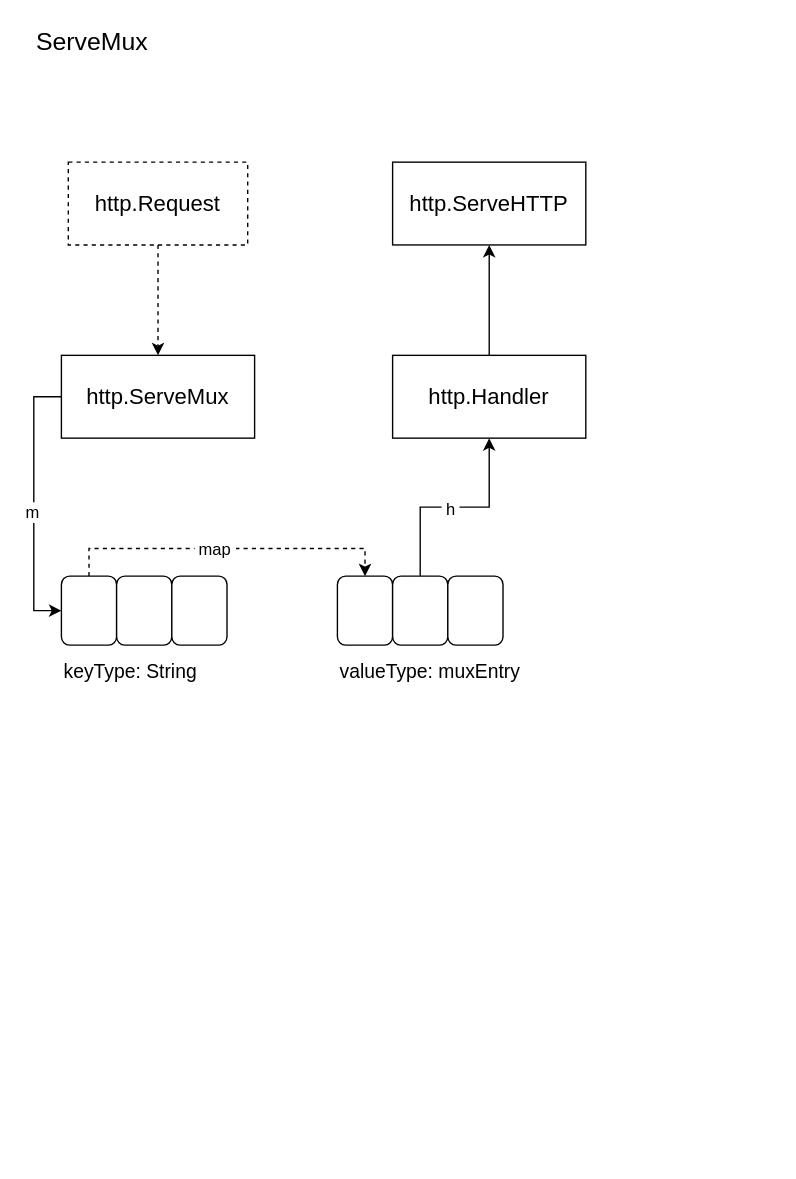
This is page "ServeMux" (5 of 5) of go-net.drawio from oiar/assets, a draw.io file, before an edit. Source tidied: cells renumbered, new cells numbered last; positions are measured from the earlier drawing's top-left corner, leaving out a move shared by most shapes. Both pictures are drawn from the tidied source at 138%, with x=0, y=0 at pixel (33, 23).
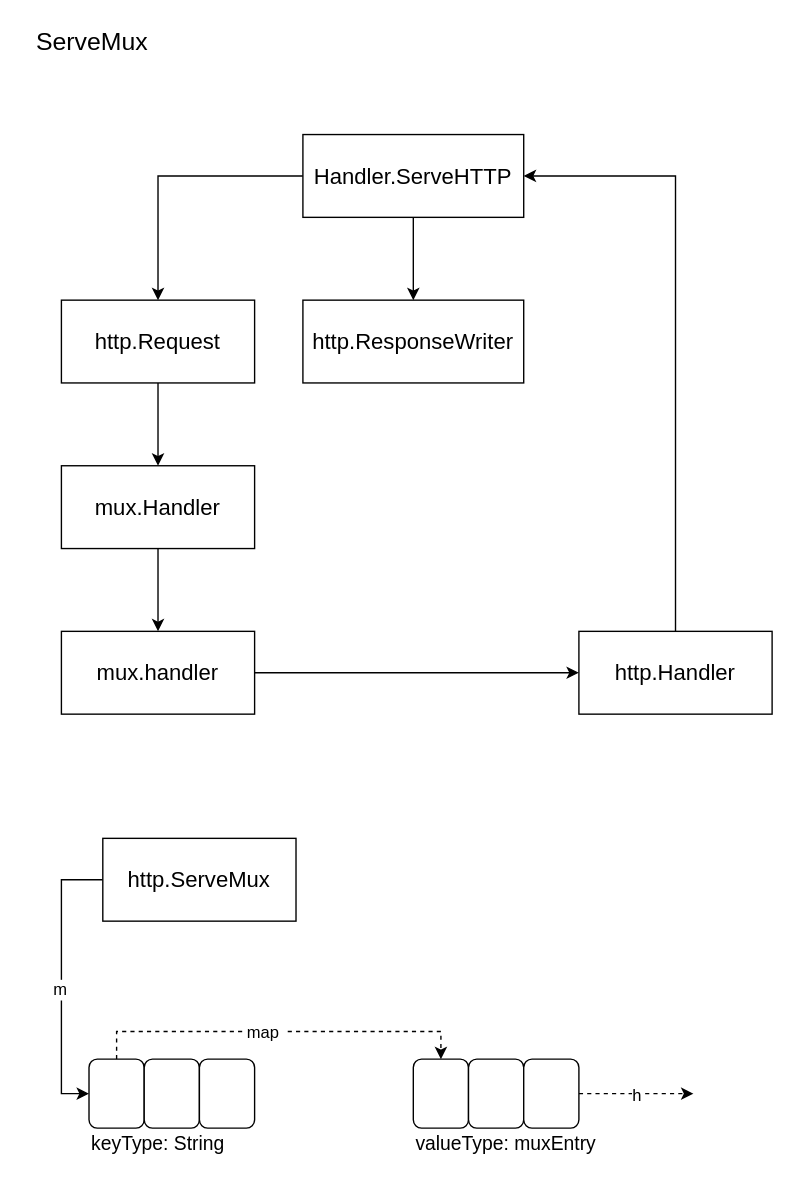
Above is the later version.

Diff of the diagram source:
```diff
@@
     <mxCell id="5" value="&lt;font style=&quot;font-size: 16px&quot;&gt;http.ServeMux&lt;/font&gt;" style="rounded=0;whiteSpace=wrap;html=1;" parent="1" vertex="1">
-      <mxGeometry x="20" y="240" width="140" height="60" as="geometry" />
+      <mxGeometry x="50" y="590" width="140" height="60" as="geometry" />
     </mxCell>
@@
     <mxCell id="8" style="rounded=1;whiteSpace=wrap;html=1;" parent="1" vertex="1">
-      <mxGeometry x="20" y="400" width="40" height="50" as="geometry" />
+      <mxGeometry x="40" y="750" width="40" height="50" as="geometry" />
     </mxCell>
     <mxCell id="9" style="rounded=1;whiteSpace=wrap;html=1;" parent="1" vertex="1">
-      <mxGeometry x="60" y="400" width="40" height="50" as="geometry" />
+      <mxGeometry x="80" y="750" width="40" height="50" as="geometry" />
     </mxCell>
     <mxCell id="10" style="rounded=1;whiteSpace=wrap;html=1;" parent="1" vertex="1">
-      <mxGeometry x="100" y="400" width="40" height="50" as="geometry" />
+      <mxGeometry x="120" y="750" width="40" height="50" as="geometry" />
     </mxCell>
     <mxCell id="11" value="&lt;font style=&quot;font-size: 14px&quot;&gt;keyType: String&lt;/font&gt;" style="text;html=1;align=left;verticalAlign=top;spacingTop=-4;" parent="1" vertex="1">
-      <mxGeometry x="20" y="458" width="110" height="20" as="geometry" />
+      <mxGeometry x="40" y="800" width="110" height="20" as="geometry" />
     </mxCell>
     <mxCell id="12" style="rounded=1;whiteSpace=wrap;html=1;" parent="1" vertex="1">
-      <mxGeometry x="220" y="400" width="40" height="50" as="geometry" />
+      <mxGeometry x="275" y="750" width="40" height="50" as="geometry" />
     </mxCell>
-    <mxCell id="13" style="edgeStyle=orthogonalEdgeStyle;rounded=0;jettySize=auto;html=1;exitX=0.5;exitY=0;exitDx=0;exitDy=0;entryX=0.5;entryY=1;entryDx=0;entryDy=0;" parent="1" edge="1" source="15" target="19">
-      <mxGeometry relative="1" as="geometry" />
-    </mxCell>
+    <mxCell id="15" style="rounded=1;whiteSpace=wrap;html=1;" parent="1" vertex="1">
+      <mxGeometry x="315" y="750" width="40" height="50" as="geometry" />
+    </mxCell>
+    <mxCell id="23" style="edgeStyle=orthogonalEdgeStyle;rounded=0;jettySize=auto;html=1;exitX=1;exitY=0.5;exitDx=0;exitDy=0;dashed=1;" parent="1" edge="1" source="16">
+      <mxGeometry relative="1" as="geometry">
+        <mxPoint x="478" y="775" as="targetPoint" />
+      </mxGeometry>
+    </mxCell>
-    <mxCell id="14" value="&amp;nbsp;h&amp;nbsp;" style="text;html=1;align=center;verticalAlign=middle;labelBackgroundColor=#ffffff;" parent="13" vertex="1">
-      <mxGeometry x="-0.05" y="-1" relative="1" as="geometry" />
+    <mxCell id="14" value="h" style="text;html=1;align=center;verticalAlign=middle;labelBackgroundColor=#ffffff;" parent="23" vertex="1">
+      <mxGeometry x="-0.02" y="-1" relative="1" as="geometry" />
     </mxCell>
-    <mxCell id="15" style="rounded=1;whiteSpace=wrap;html=1;" parent="1" vertex="1">
-      <mxGeometry x="260" y="400" width="40" height="50" as="geometry" />
-    </mxCell>
     <mxCell id="16" style="rounded=1;whiteSpace=wrap;html=1;" parent="1" vertex="1">
-      <mxGeometry x="300" y="400" width="40" height="50" as="geometry" />
+      <mxGeometry x="355" y="750" width="40" height="50" as="geometry" />
     </mxCell>
     <mxCell id="17" value="&lt;font style=&quot;font-size: 14px&quot;&gt;valueType: muxEntry&lt;/font&gt;" style="text;html=1;align=left;verticalAlign=top;spacingTop=-4;" parent="1" vertex="1">
-      <mxGeometry x="220" y="458" width="150" height="20" as="geometry" />
+      <mxGeometry x="275" y="800" width="150" height="20" as="geometry" />
     </mxCell>
-    <mxCell id="18" style="edgeStyle=orthogonalEdgeStyle;rounded=0;jettySize=auto;html=1;exitX=0.5;exitY=0;exitDx=0;exitDy=0;entryX=0.5;entryY=1;entryDx=0;entryDy=0;" parent="1" edge="1" source="19" target="22">
+    <mxCell id="18" style="edgeStyle=orthogonalEdgeStyle;rounded=0;jettySize=auto;html=1;exitX=0.5;exitY=0;exitDx=0;exitDy=0;entryX=1;entryY=0.5;entryDx=0;entryDy=0;" parent="1" edge="1" source="19" target="22">
       <mxGeometry relative="1" as="geometry" />
     </mxCell>
     <mxCell id="19" value="&lt;font style=&quot;font-size: 16px&quot;&gt;http.Handler&lt;/font&gt;" style="rounded=0;whiteSpace=wrap;html=1;" parent="1" vertex="1">
-      <mxGeometry x="260" y="240" width="140" height="60" as="geometry" />
+      <mxGeometry x="395" y="440" width="140" height="60" as="geometry" />
     </mxCell>
-    <mxCell id="20" style="edgeStyle=orthogonalEdgeStyle;rounded=0;jettySize=auto;html=1;exitX=0.5;exitY=1;exitDx=0;exitDy=0;dashed=1;" parent="1" edge="1" source="21" target="5">
-      <mxGeometry relative="1" as="geometry" />
-    </mxCell>
+    <mxCell id="24" style="edgeStyle=orthogonalEdgeStyle;rounded=0;jettySize=auto;html=1;exitX=0;exitY=0.5;exitDx=0;exitDy=0;entryX=0.5;entryY=0;entryDx=0;entryDy=0;" parent="1" edge="1" source="22" target="21">
+      <mxGeometry relative="1" as="geometry" />
+    </mxCell>
+    <mxCell id="25" style="edgeStyle=orthogonalEdgeStyle;rounded=0;jettySize=auto;html=1;" parent="1" edge="1" source="22" target="26">
+      <mxGeometry relative="1" as="geometry" />
+    </mxCell>
+    <mxCell id="22" value="&lt;font style=&quot;font-size: 16px&quot;&gt;Handler.ServeHTTP&lt;/font&gt;" style="rounded=0;whiteSpace=wrap;html=1;" parent="1" vertex="1">
+      <mxGeometry x="195" y="80" width="160" height="60" as="geometry" />
+    </mxCell>
+    <mxCell id="26" value="&lt;span style=&quot;font-size: 16px&quot;&gt;http.ResponseWriter&lt;/span&gt;" style="rounded=0;whiteSpace=wrap;html=1;" parent="1" vertex="1">
+      <mxGeometry x="195" y="200" width="160" height="60" as="geometry" />
+    </mxCell>
+    <mxCell id="27" style="edgeStyle=orthogonalEdgeStyle;rounded=0;jettySize=auto;html=1;exitX=0.5;exitY=1;exitDx=0;exitDy=0;" parent="1" edge="1" source="21" target="29">
+      <mxGeometry relative="1" as="geometry" />
+    </mxCell>
-    <mxCell id="21" value="&lt;font style=&quot;font-size: 16px&quot;&gt;http.Request&lt;/font&gt;" style="rounded=0;whiteSpace=wrap;html=1;dashed=1;" parent="1" vertex="1">
-      <mxGeometry x="25" y="100" width="130" height="60" as="geometry" />
+    <mxCell id="21" value="&lt;font style=&quot;font-size: 16px&quot;&gt;http.Request&lt;/font&gt;" style="rounded=0;whiteSpace=wrap;html=1;" parent="1" vertex="1">
+      <mxGeometry x="20" y="200" width="140" height="60" as="geometry" />
     </mxCell>
-    <mxCell id="22" value="&lt;font style=&quot;font-size: 16px&quot;&gt;http.ServeHTTP&lt;/font&gt;" style="rounded=0;whiteSpace=wrap;html=1;" parent="1" vertex="1">
-      <mxGeometry x="260" y="100" width="140" height="60" as="geometry" />
-    </mxCell>
+    <mxCell id="28" style="edgeStyle=orthogonalEdgeStyle;rounded=0;jettySize=auto;html=1;exitX=0.5;exitY=1;exitDx=0;exitDy=0;entryX=0.5;entryY=0;entryDx=0;entryDy=0;" parent="1" edge="1" source="29" target="31">
+      <mxGeometry relative="1" as="geometry" />
+    </mxCell>
+    <mxCell id="29" value="&lt;font style=&quot;font-size: 16px&quot;&gt;mux.Handler&lt;/font&gt;" style="rounded=0;whiteSpace=wrap;html=1;" parent="1" vertex="1">
+      <mxGeometry x="20" y="320" width="140" height="60" as="geometry" />
+    </mxCell>
+    <mxCell id="30" style="edgeStyle=orthogonalEdgeStyle;rounded=0;jettySize=auto;html=1;exitX=1;exitY=0.5;exitDx=0;exitDy=0;entryX=0;entryY=0.5;entryDx=0;entryDy=0;" parent="1" edge="1" source="31" target="19">
+      <mxGeometry relative="1" as="geometry" />
+    </mxCell>
+    <mxCell id="31" value="&lt;font style=&quot;font-size: 16px&quot;&gt;mux.handler&lt;/font&gt;" style="rounded=0;whiteSpace=wrap;html=1;" parent="1" vertex="1">
+      <mxGeometry x="20" y="440" width="140" height="60" as="geometry" />
+    </mxCell>
```
